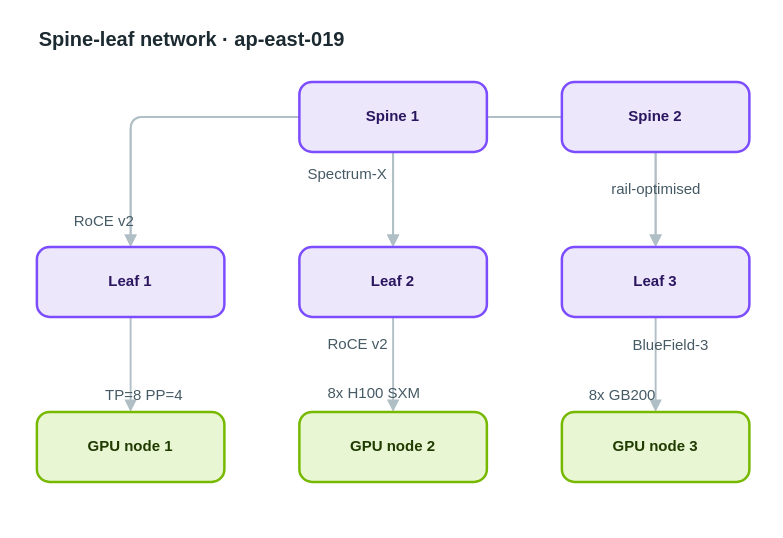
The draw.io diagram apps/web/public/samples/library/019-spine-leaf-network.drawio in AryanG01/open-apprentice, before the edit. Source tidied: cells renumbered, new cells numbered last; positions are measured from the earlier drawing's top-left corner, leaving out a move shared by most shapes. Both pictures are drawn from the tidied source at 125%, with x=0, y=0 at pixel (36, 21).
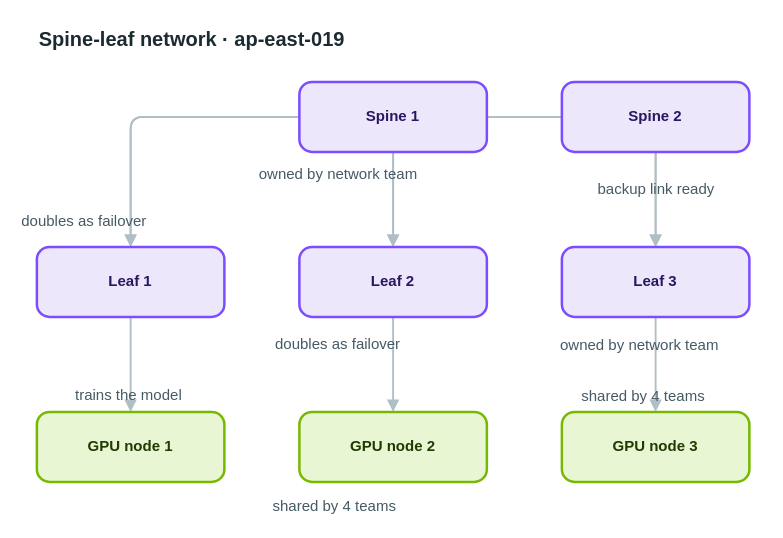
After the change.

Diff of the diagram source:
```diff
@@
-    <mxCell id="20" value="Spectrum-X" style="text;html=1;align=left;verticalAlign=top;whiteSpace=nowrap;spacing=0;spacingTop=0;strokeColor=none;fillColor=none;fontSize=12;fontColor=#455a64;" parent="1" vertex="1">
-      <mxGeometry x="217" y="110" width="82" height="20" as="geometry" />
+    <mxCell id="20" value="owned by network team" style="text;html=1;align=left;verticalAlign=top;whiteSpace=nowrap;spacing=0;spacingTop=0;strokeColor=none;fillColor=none;fontSize=12;fontColor=#455a64;" parent="1" vertex="1">
+      <mxGeometry x="178" y="110" width="159" height="20" as="geometry" />
     </mxCell>
-    <mxCell id="21" value="rail-optimised" style="text;html=1;align=left;verticalAlign=top;whiteSpace=nowrap;spacing=0;spacingTop=0;strokeColor=none;fillColor=none;fontSize=12;fontColor=#455a64;" parent="1" vertex="1">
-      <mxGeometry x="460" y="122" width="110" height="20" as="geometry" />
+    <mxCell id="21" value="backup link ready" style="text;html=1;align=left;verticalAlign=top;whiteSpace=nowrap;spacing=0;spacingTop=0;strokeColor=none;fillColor=none;fontSize=12;fontColor=#455a64;" parent="1" vertex="1">
+      <mxGeometry x="449" y="122" width="131" height="20" as="geometry" />
     </mxCell>
-    <mxCell id="22" value="RoCE v2" style="text;html=1;align=left;verticalAlign=top;whiteSpace=nowrap;spacing=0;spacingTop=0;strokeColor=none;fillColor=none;fontSize=12;fontColor=#455a64;" parent="1" vertex="1">
-      <mxGeometry x="30" y="148" width="61" height="20" as="geometry" />
+    <mxCell id="22" value="doubles as failover" style="text;html=1;align=left;verticalAlign=top;whiteSpace=nowrap;spacing=0;spacingTop=0;strokeColor=none;fillColor=none;fontSize=12;fontColor=#455a64;" parent="1" vertex="1">
+      <mxGeometry x="-12" y="148" width="145" height="20" as="geometry" />
     </mxCell>
-    <mxCell id="23" value="RoCE v2" style="text;html=1;align=left;verticalAlign=top;whiteSpace=nowrap;spacing=0;spacingTop=0;strokeColor=none;fillColor=none;fontSize=12;fontColor=#455a64;" parent="1" vertex="1">
-      <mxGeometry x="233" y="246" width="61" height="20" as="geometry" />
+    <mxCell id="23" value="doubles as failover" style="text;html=1;align=left;verticalAlign=top;whiteSpace=nowrap;spacing=0;spacingTop=0;strokeColor=none;fillColor=none;fontSize=12;fontColor=#455a64;" parent="1" vertex="1">
+      <mxGeometry x="191" y="246" width="145" height="20" as="geometry" />
     </mxCell>
-    <mxCell id="24" value="BlueField-3" style="text;html=1;align=left;verticalAlign=top;whiteSpace=nowrap;spacing=0;spacingTop=0;strokeColor=none;fillColor=none;fontSize=12;fontColor=#455a64;" parent="1" vertex="1">
-      <mxGeometry x="477" y="247" width="89" height="20" as="geometry" />
+    <mxCell id="24" value="owned by network team" style="text;html=1;align=left;verticalAlign=top;whiteSpace=nowrap;spacing=0;spacingTop=0;strokeColor=none;fillColor=none;fontSize=12;fontColor=#455a64;" parent="1" vertex="1">
+      <mxGeometry x="419" y="247" width="159" height="20" as="geometry" />
     </mxCell>
-    <mxCell id="25" value="TP=8 PP=4" style="text;html=1;align=left;verticalAlign=top;whiteSpace=nowrap;spacing=0;spacingTop=0;strokeColor=none;fillColor=none;fontSize=12;fontColor=#455a64;" parent="1" vertex="1">
-      <mxGeometry x="55" y="287" width="75" height="20" as="geometry" />
+    <mxCell id="25" value="trains the model" style="text;html=1;align=left;verticalAlign=top;whiteSpace=nowrap;spacing=0;spacingTop=0;strokeColor=none;fillColor=none;fontSize=12;fontColor=#455a64;" parent="1" vertex="1">
+      <mxGeometry x="31" y="287" width="124" height="20" as="geometry" />
     </mxCell>
-    <mxCell id="26" value="8x H100 SXM" style="text;html=1;align=left;verticalAlign=top;whiteSpace=nowrap;spacing=0;spacingTop=0;strokeColor=none;fillColor=none;fontSize=12;fontColor=#455a64;" parent="1" vertex="1">
-      <mxGeometry x="233" y="285" width="89" height="20" as="geometry" />
+    <mxCell id="26" value="shared by 4 teams" style="text;html=1;align=left;verticalAlign=top;whiteSpace=nowrap;spacing=0;spacingTop=0;strokeColor=none;fillColor=none;fontSize=12;fontColor=#455a64;" parent="1" vertex="1">
+      <mxGeometry x="189" y="376" width="131" height="20" as="geometry" />
     </mxCell>
-    <mxCell id="27" value="8x GB200" style="text;html=1;align=left;verticalAlign=top;whiteSpace=nowrap;spacing=0;spacingTop=0;strokeColor=none;fillColor=none;fontSize=12;fontColor=#455a64;" parent="1" vertex="1">
-      <mxGeometry x="442" y="287" width="68" height="20" as="geometry" />
+    <mxCell id="27" value="shared by 4 teams" style="text;html=1;align=left;verticalAlign=top;whiteSpace=nowrap;spacing=0;spacingTop=0;strokeColor=none;fillColor=none;fontSize=12;fontColor=#455a64;" parent="1" vertex="1">
+      <mxGeometry x="436" y="288" width="131" height="20" as="geometry" />
     </mxCell>
```
